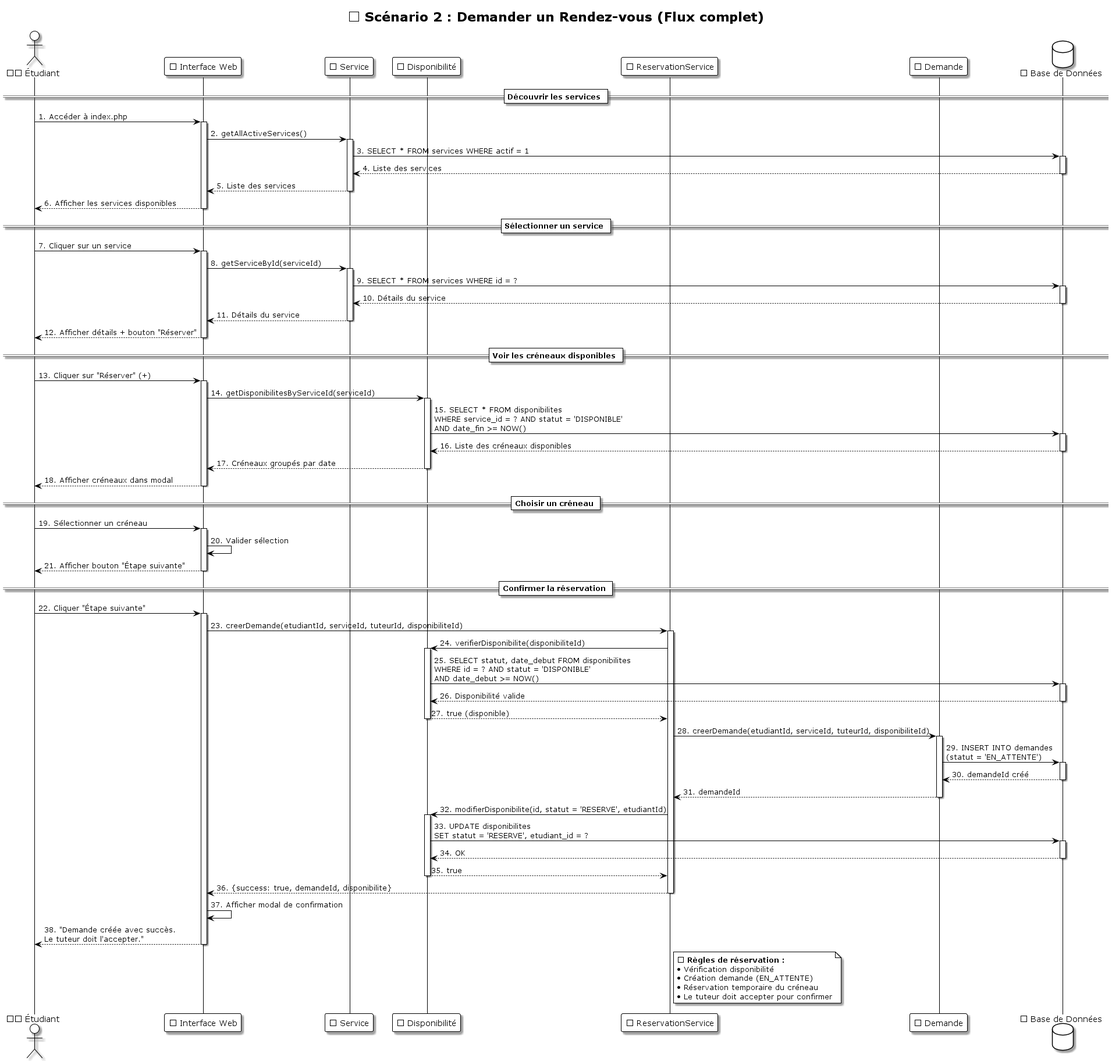
Above: UML/diagrammes_sequence/Sequence_02_Demander_RendezVous.png in LLAbdul/LLAbdul-projet-tutoplus (PlantUML), before the change. Its diagram source:
```plantuml
@startuml Sequence_02_Demander_RendezVous
!theme plain
skinparam shadowing true
skinparam backgroundColor #FFFFFF

title 📅 Scénario 2 : Demander un Rendez-vous (Flux complet)

actor "👨‍🎓 Étudiant" as Etudiant
participant "🌐 Interface Web" as UI
participant "📚 Service" as Service
participant "⏰ Disponibilité" as Disponibilite
participant "📅 ReservationService" as ReservationService
participant "📝 Demande" as Demande
database "💾 Base de Données" as DB

== Découvrir les services ==
Etudiant -> UI: 1. Accéder à index.php
activate UI
UI -> Service: 2. getAllActiveServices()
activate Service
Service -> DB: 3. SELECT * FROM services WHERE actif = 1
activate DB
DB --> Service: 4. Liste des services
deactivate DB
Service --> UI: 5. Liste des services
deactivate Service
UI --> Etudiant: 6. Afficher les services disponibles
deactivate UI

== Sélectionner un service ==
Etudiant -> UI: 7. Cliquer sur un service
activate UI
UI -> Service: 8. getServiceById(serviceId)
activate Service
Service -> DB: 9. SELECT * FROM services WHERE id = ?
activate DB
DB --> Service: 10. Détails du service
deactivate DB
Service --> UI: 11. Détails du service
deactivate Service
UI --> Etudiant: 12. Afficher détails + bouton "Réserver"
deactivate UI

== Voir les créneaux disponibles ==
Etudiant -> UI: 13. Cliquer sur "Réserver" (+)
activate UI
UI -> Disponibilite: 14. getDisponibilitesByServiceId(serviceId)
activate Disponibilite
Disponibilite -> DB: 15. SELECT * FROM disponibilites\nWHERE service_id = ? AND statut = 'DISPONIBLE'\nAND date_fin >= NOW()
activate DB
DB --> Disponibilite: 16. Liste des créneaux disponibles
deactivate DB
Disponibilite --> UI: 17. Créneaux groupés par date
deactivate Disponibilite
UI --> Etudiant: 18. Afficher créneaux dans modal
deactivate UI

== Choisir un créneau ==
Etudiant -> UI: 19. Sélectionner un créneau
activate UI
UI -> UI: 20. Valider sélection
UI --> Etudiant: 21. Afficher bouton "Étape suivante"
deactivate UI

== Confirmer la réservation ==
Etudiant -> UI: 22. Cliquer "Étape suivante"
activate UI
UI -> ReservationService: 23. creerDemande(etudiantId, serviceId, tuteurId, disponibiliteId)
activate ReservationService

ReservationService -> Disponibilite: 24. verifierDisponibilite(disponibiliteId)
activate Disponibilite
Disponibilite -> DB: 25. SELECT statut, date_debut FROM disponibilites\nWHERE id = ? AND statut = 'DISPONIBLE'\nAND date_debut >= NOW()
activate DB
DB --> Disponibilite: 26. Disponibilité valide
deactivate DB
Disponibilite --> ReservationService: 27. true (disponible)
deactivate Disponibilite

ReservationService -> Demande: 28. creerDemande(etudiantId, serviceId, tuteurId, disponibiliteId)
activate Demande
Demande -> DB: 29. INSERT INTO demandes\n(statut = 'EN_ATTENTE')
activate DB
DB --> Demande: 30. demandeId créé
deactivate DB
Demande --> ReservationService: 31. demandeId
deactivate Demande

ReservationService -> Disponibilite: 32. modifierDisponibilite(id, statut = 'RESERVE', etudiantId)
activate Disponibilite
Disponibilite -> DB: 33. UPDATE disponibilites\nSET statut = 'RESERVE', etudiant_id = ?
activate DB
DB --> Disponibilite: 34. OK
deactivate DB
Disponibilite --> ReservationService: 35. true
deactivate Disponibilite

ReservationService --> UI: 36. {success: true, demandeId, disponibilite}
deactivate ReservationService

UI -> UI: 37. Afficher modal de confirmation
UI --> Etudiant: 38. "Demande créée avec succès.\nLe tuteur doit l'accepter."
deactivate UI

note right of ReservationService
  📌 **Règles de réservation :**
  • Vérification disponibilité
  • Création demande (EN_ATTENTE)
  • Réservation temporaire du créneau
  • Le tuteur doit accepter pour confirmer
end note
@enduml
```
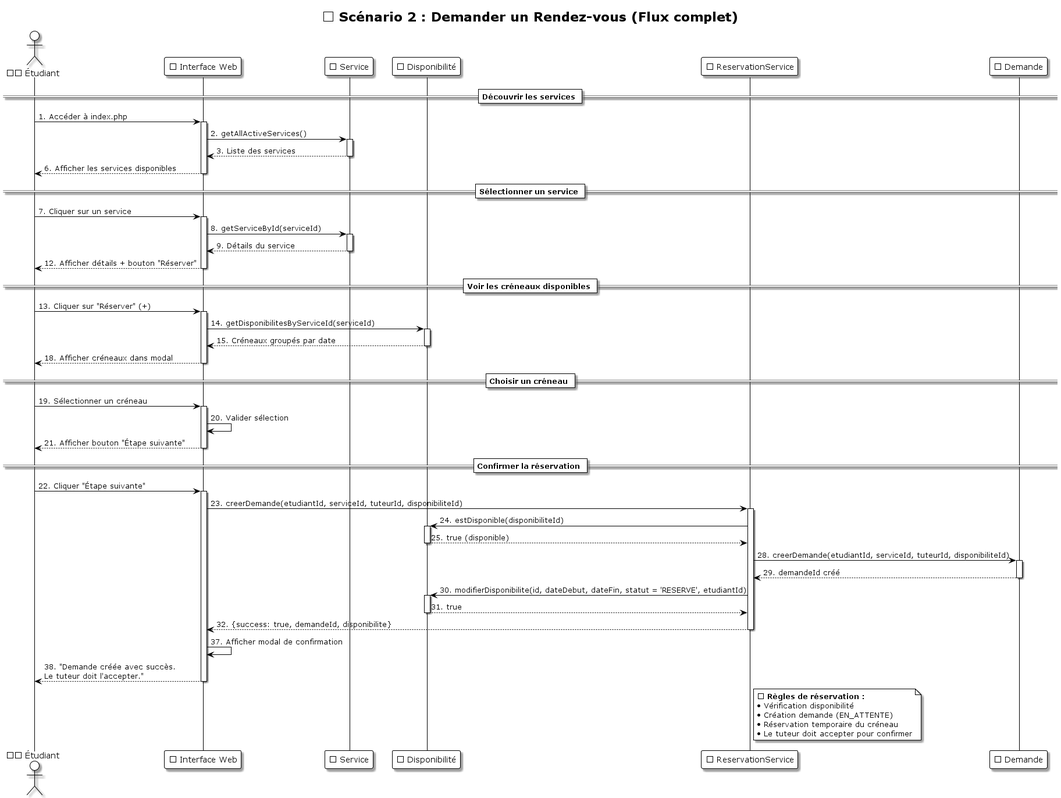
After the commit.

What changed in the source:
```diff
@@ -11,18 +11,13 @@
 participant "⏰ Disponibilité" as Disponibilite
 participant "📅 ReservationService" as ReservationService
 participant "📝 Demande" as Demande
-database "💾 Base de Données" as DB
 
 == Découvrir les services ==
 Etudiant -> UI: 1. Accéder à index.php
 activate UI
 UI -> Service: 2. getAllActiveServices()
 activate Service
-Service -> DB: 3. SELECT * FROM services WHERE actif = 1
-activate DB
-DB --> Service: 4. Liste des services
-deactivate DB
-Service --> UI: 5. Liste des services
+Service --> UI: 3. Liste des services
 deactivate Service
 UI --> Etudiant: 6. Afficher les services disponibles
 deactivate UI
@@ -32,11 +27,7 @@
 activate UI
 UI -> Service: 8. getServiceById(serviceId)
 activate Service
-Service -> DB: 9. SELECT * FROM services WHERE id = ?
-activate DB
-DB --> Service: 10. Détails du service
-deactivate DB
-Service --> UI: 11. Détails du service
+Service --> UI: 9. Détails du service
 deactivate Service
 UI --> Etudiant: 12. Afficher détails + bouton "Réserver"
 deactivate UI
@@ -46,11 +37,7 @@
 activate UI
 UI -> Disponibilite: 14. getDisponibilitesByServiceId(serviceId)
 activate Disponibilite
-Disponibilite -> DB: 15. SELECT * FROM disponibilites\nWHERE service_id = ? AND statut = 'DISPONIBLE'\nAND date_fin >= NOW()
-activate DB
-DB --> Disponibilite: 16. Liste des créneaux disponibles
-deactivate DB
-Disponibilite --> UI: 17. Créneaux groupés par date
+Disponibilite --> UI: 15. Créneaux groupés par date
 deactivate Disponibilite
 UI --> Etudiant: 18. Afficher créneaux dans modal
 deactivate UI
@@ -68,34 +55,22 @@
 UI -> ReservationService: 23. creerDemande(etudiantId, serviceId, tuteurId, disponibiliteId)
 activate ReservationService
 
-ReservationService -> Disponibilite: 24. verifierDisponibilite(disponibiliteId)
+ReservationService -> Disponibilite: 24. estDisponible(disponibiliteId)
 activate Disponibilite
-Disponibilite -> DB: 25. SELECT statut, date_debut FROM disponibilites\nWHERE id = ? AND statut = 'DISPONIBLE'\nAND date_debut >= NOW()
-activate DB
-DB --> Disponibilite: 26. Disponibilité valide
-deactivate DB
-Disponibilite --> ReservationService: 27. true (disponible)
+Disponibilite --> ReservationService: 25. true (disponible)
 deactivate Disponibilite
 
 ReservationService -> Demande: 28. creerDemande(etudiantId, serviceId, tuteurId, disponibiliteId)
 activate Demande
-Demande -> DB: 29. INSERT INTO demandes\n(statut = 'EN_ATTENTE')
-activate DB
-DB --> Demande: 30. demandeId créé
-deactivate DB
-Demande --> ReservationService: 31. demandeId
+Demande --> ReservationService: 29. demandeId créé
 deactivate Demande
 
-ReservationService -> Disponibilite: 32. modifierDisponibilite(id, statut = 'RESERVE', etudiantId)
+ReservationService -> Disponibilite: 30. modifierDisponibilite(id, dateDebut, dateFin, statut = 'RESERVE', etudiantId)
 activate Disponibilite
-Disponibilite -> DB: 33. UPDATE disponibilites\nSET statut = 'RESERVE', etudiant_id = ?
-activate DB
-DB --> Disponibilite: 34. OK
-deactivate DB
-Disponibilite --> ReservationService: 35. true
+Disponibilite --> ReservationService: 31. true
 deactivate Disponibilite
 
-ReservationService --> UI: 36. {success: true, demandeId, disponibilite}
+ReservationService --> UI: 32. {success: true, demandeId, disponibilite}
 deactivate ReservationService
 
 UI -> UI: 37. Afficher modal de confirmation
```
